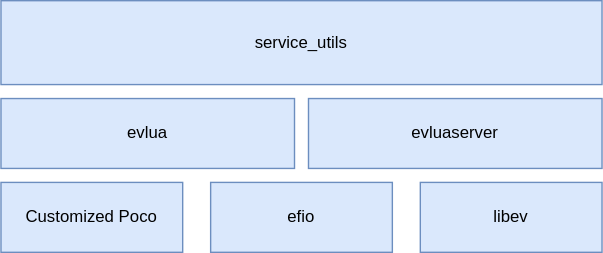
Tekenlight/evpoco keeps this draw.io diagram as Overview.svg. Above is the earlier version. Source tidied: cells renumbered, new cells last; positions are measured from the earlier drawing's top-left corner, leaving out a move shared by most shapes.
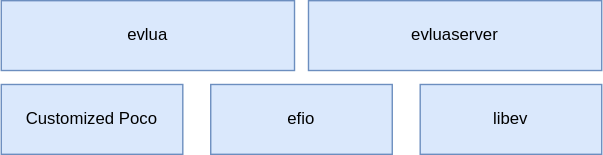
After the change.

Diff of the diagram source:
```diff
@@ -17,8 +17,5 @@
     <mxCell id="6" value="evluaserver" style="rounded=0;whiteSpace=wrap;html=1;fillColor=#dae8fc;strokeColor=#6c8ebf;" parent="1" vertex="1">
       <mxGeometry x="220" y="70" width="210" height="50" as="geometry" />
     </mxCell>
-    <mxCell id="7" value="service_utils" style="rounded=0;whiteSpace=wrap;html=1;fillColor=#dae8fc;strokeColor=#6c8ebf;" parent="1" vertex="1">
-      <mxGeometry width="430" height="60" as="geometry" />
-    </mxCell>
   </root>
 </mxGraphModel>
```
